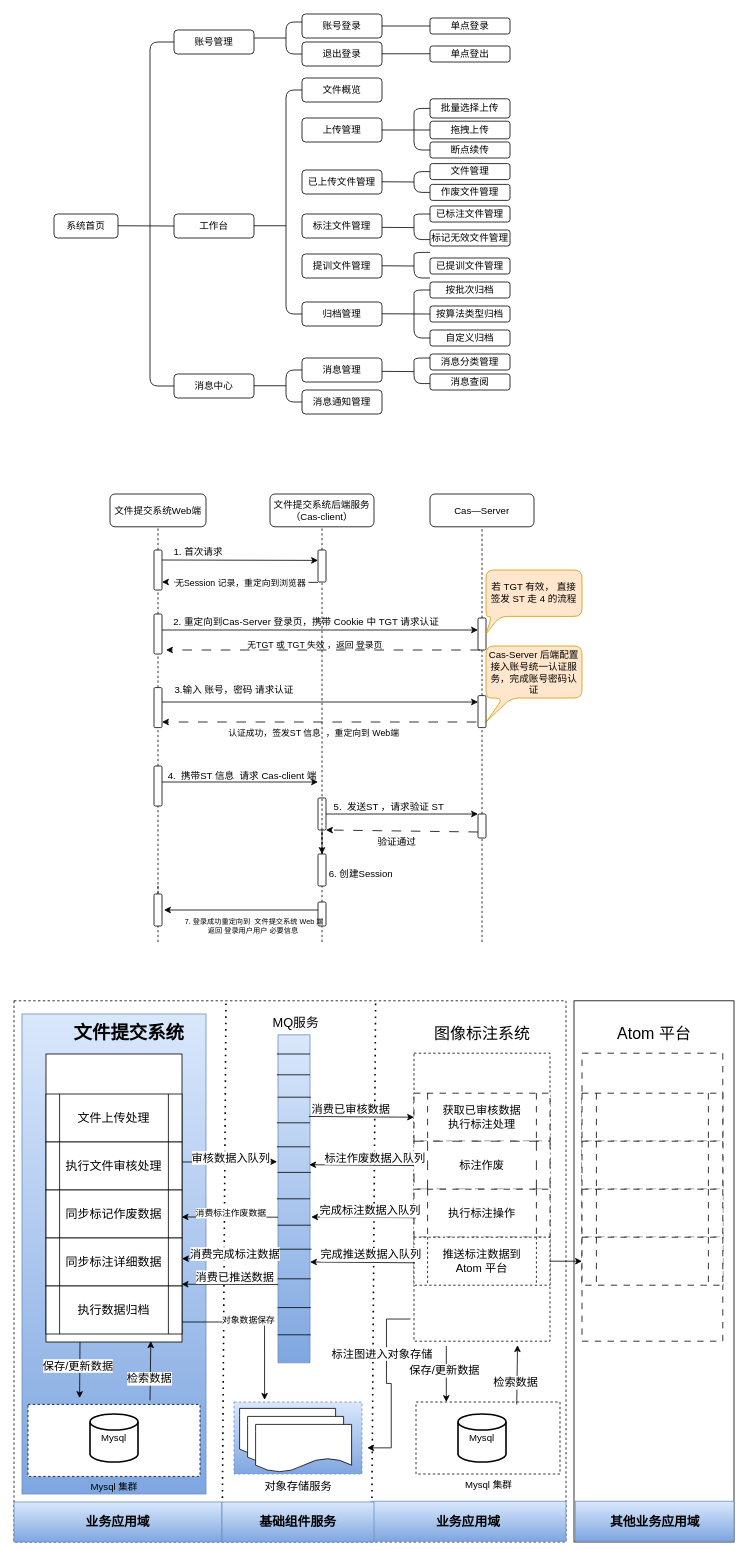
Above: 文件提交系统.drawio in jurentiancheng/drawio-project (draw.io), before the change. Source tidied: cells renumbered, new cells numbered last; positions are measured from the earlier drawing's top-left corner, leaving out a move shared by most shapes. Both pictures are drawn from the tidied source at 80%, with x=0, y=0 at pixel (14, 14).
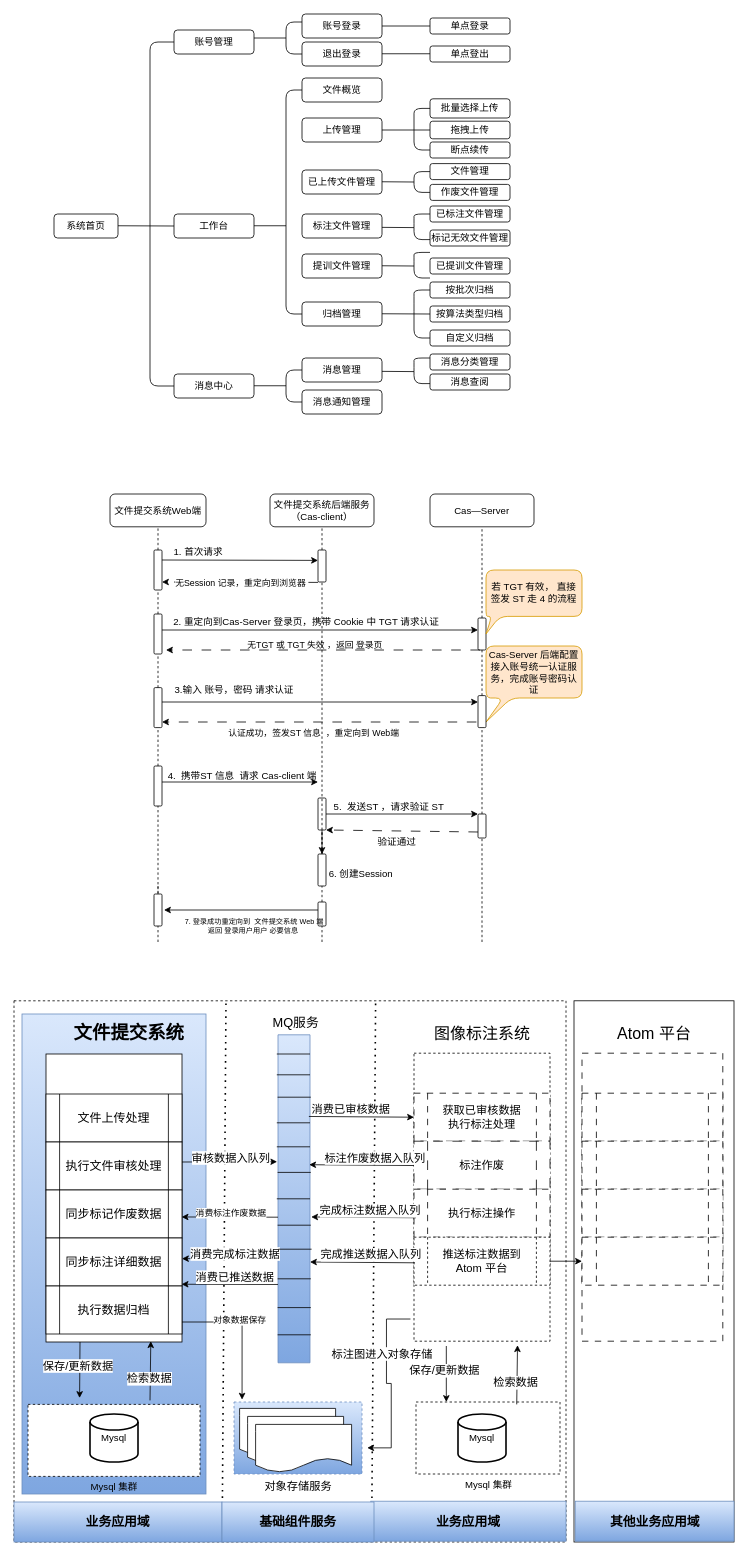
The same diagram, later.

Commit message:
更新文件提交系统.drawio

Unchanged cells that the change refers to:
```xml
<mxCell id="134" value="执行数据归档" style="shape=process;whiteSpace=wrap;html=1;backgroundOutline=1;fontStyle=0;fontSize=15;" parent="128" vertex="1">
  <mxGeometry y="290" width="170" height="60" as="geometry" />
</mxCell>
<mxCell id="145" value="&lt;font style=&quot;font-size: 14px;&quot;&gt;对象存储服务&lt;/font&gt;" style="verticalLabelPosition=bottom;verticalAlign=top;html=1;shape=mxgraph.basic.rect;fillColor2=none;strokeWidth=1;size=20;indent=5;dashed=1;fillColor=#dae8fc;gradientColor=#7ea6e0;strokeColor=#6c8ebf;" parent="1" vertex="1">
  <mxGeometry x="275" y="1735" width="160" height="90" as="geometry" />
</mxCell>
```

Change to the diagram source:
```diff
@@
-    <mxCell id="188" style="edgeStyle=orthogonalEdgeStyle;rounded=0;jettySize=auto;html=1;exitX=1;exitY=0.75;exitDx=0;exitDy=0;entryX=0.239;entryY=-0.03;entryDx=0;entryDy=0;entryPerimeter=0;" parent="1" edge="1" source="134" target="145">
+    <mxCell id="188" style="edgeStyle=orthogonalEdgeStyle;rounded=0;jettySize=auto;html=1;exitX=1;exitY=0.75;exitDx=0;exitDy=0;entryX=0.063;entryY=-0.033;entryDx=0;entryDy=0;entryPerimeter=0;" parent="1" edge="1" source="134" target="145">
       <mxGeometry relative="1" as="geometry" />
     </mxCell>
```
